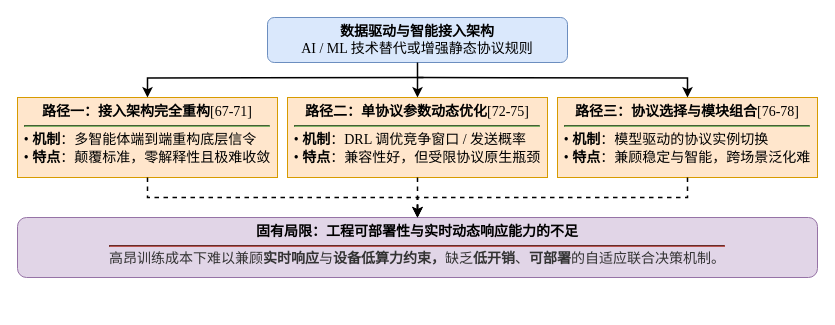
Aworrier/zzzwl-big_paper keeps this draw.io diagram as page "AI驱动接入控制决策研究技术脉络" (7 of 14) of drawio流程框图.drawio. Above is the earlier version. Source tidied: cells renumbered, new cells numbered last; positions are measured from the earlier drawing's top-left corner, leaving out a move shared by most shapes. Both pictures are drawn from the tidied source at 100%, with x=0, y=0 at pixel (17, 17).
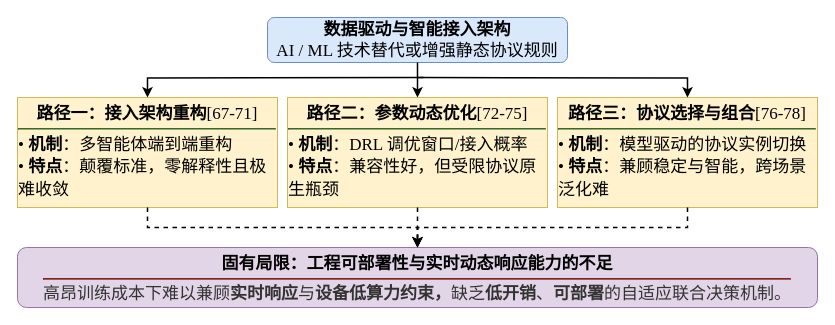
The same page after the edit.

Change to the diagram source:
```diff
@@
 <mxGraphModel>
   <root>
     <mxCell id="0" />
     <mxCell id="1" parent="0" />
-    <mxCell id="2" style="group;" parent="1" vertex="1">
-      <mxGeometry width="800" height="270" as="geometry" />
-    </mxCell>
+    <mxCell id="14" style="group;" parent="1" vertex="1">
+      <mxGeometry width="800" height="290" as="geometry" />
+    </mxCell>
-    <mxCell id="3" value="&lt;b&gt;数据驱动与智能接入架构&lt;/b&gt;&lt;br&gt;AI / ML 技术替代或增强静态协议规则" style="rounded=1;whiteSpace=wrap;html=1;align=center;fontFamily=Times New Roman, SimSun;labelBackgroundColor=none;fontSize=14;fillColor=#dae8fc;strokeColor=#6c8ebf;" parent="2" vertex="1">
+    <mxCell id="3" value="&lt;b&gt;数据驱动与智能接入架构&lt;/b&gt;&lt;br&gt;AI / ML 技术替代或增强静态协议规则" style="rounded=1;whiteSpace=wrap;html=1;align=center;fontFamily=Times New Roman, SimSun;labelBackgroundColor=none;fontSize=17;fillColor=#dae8fc;strokeColor=#6c8ebf;" parent="14" vertex="1">
       <mxGeometry x="250" width="300" height="45" as="geometry" />
     </mxCell>
-    <mxCell id="4" value="&lt;b&gt;路径一：接入架构完全重构&lt;/b&gt;[67-71]&lt;hr style=&quot;border-color: rgb(130, 179, 102); margin: 4px 0px;&quot;&gt;&lt;div style=&quot;text-align: left; line-height: 1.3;&quot;&gt;•&amp;nbsp;&lt;b&gt;机制&lt;/b&gt;：多智能体端到端重构底层信令&lt;br&gt;•&amp;nbsp;&lt;b&gt;特点&lt;/b&gt;：颠覆标准，零解释性且极难收敛&lt;/div&gt;" style="rounded=0;whiteSpace=wrap;html=1;align=center;verticalAlign=top;paddingTop=6;paddingLeft=8;paddingRight=8;fontFamily=Times New Roman, SimSun;labelBackgroundColor=none;fontSize=14;fillColor=#ffe6cc;strokeColor=#d79b00;" parent="2" vertex="1">
-      <mxGeometry y="80" width="260" height="80" as="geometry" />
+    <mxCell id="4" value="&lt;b&gt;路径一：接入架构重构&lt;/b&gt;[67-71]&lt;hr style=&quot;border-color: rgb(130, 179, 102); margin: 4px 0px;&quot;&gt;&lt;div style=&quot;text-align: left; line-height: 1.3;&quot;&gt;•&amp;nbsp;&lt;b&gt;机制&lt;/b&gt;：多智能体端到端重构&lt;br&gt;•&amp;nbsp;&lt;b&gt;特点&lt;/b&gt;：颠覆标准，零解释性且极难收敛&lt;/div&gt;" style="rounded=0;whiteSpace=wrap;html=1;align=center;verticalAlign=top;paddingTop=6;paddingLeft=8;paddingRight=8;fontFamily=Times New Roman, SimSun;labelBackgroundColor=none;fontSize=17;fillColor=#fff2cc;strokeColor=#d6b656;" parent="14" vertex="1">
+      <mxGeometry y="80" width="260" height="110" as="geometry" />
     </mxCell>
-    <mxCell id="5" value="&lt;b&gt;路径二：单协议参数动态优化&lt;/b&gt;[72-75]&lt;hr style=&quot;border-color: rgb(130, 179, 102); margin: 4px 0px;&quot;&gt;&lt;div style=&quot;text-align: left; line-height: 1.3;&quot;&gt;•&amp;nbsp;&lt;b&gt;机制&lt;/b&gt;：DRL 调优竞争窗口 / 发送概率&lt;br&gt;•&amp;nbsp;&lt;b&gt;特点&lt;/b&gt;：兼容性好，但受限协议原生瓶颈&lt;/div&gt;" style="rounded=0;whiteSpace=wrap;html=1;align=center;verticalAlign=top;paddingTop=6;paddingLeft=8;paddingRight=8;fontFamily=Times New Roman, SimSun;labelBackgroundColor=none;fontSize=14;fillColor=#ffe6cc;strokeColor=#d79b00;" parent="2" vertex="1">
-      <mxGeometry x="270" y="80" width="260" height="80" as="geometry" />
+    <mxCell id="5" value="&lt;b&gt;路径二：参数动态优化&lt;/b&gt;[72-75]&lt;hr style=&quot;border-color: rgb(130, 179, 102); margin: 4px 0px;&quot;&gt;&lt;div style=&quot;text-align: left; line-height: 1.3;&quot;&gt;•&amp;nbsp;&lt;b&gt;机制&lt;/b&gt;：DRL 调优窗口/接入概率&lt;br&gt;•&amp;nbsp;&lt;b&gt;特点&lt;/b&gt;：兼容性好，但受限协议原生瓶颈&lt;/div&gt;" style="rounded=0;whiteSpace=wrap;html=1;align=center;verticalAlign=top;paddingTop=6;paddingLeft=8;paddingRight=8;fontFamily=Times New Roman, SimSun;labelBackgroundColor=none;fontSize=17;fillColor=#fff2cc;strokeColor=#d6b656;" parent="14" vertex="1">
+      <mxGeometry x="270" y="80" width="260" height="110" as="geometry" />
     </mxCell>
-    <mxCell id="6" value="&lt;b&gt;路径三：协议选择与模块组合&lt;/b&gt;[76-78]&lt;hr style=&quot;border-color: rgb(130, 179, 102); margin: 4px 0px;&quot;&gt;&lt;div style=&quot;text-align: left; line-height: 1.3;&quot;&gt;•&amp;nbsp;&lt;b&gt;机制&lt;/b&gt;：模型驱动的协议实例切换&lt;br&gt;•&amp;nbsp;&lt;b&gt;特点&lt;/b&gt;：兼顾稳定与智能，跨场景泛化难&lt;/div&gt;" style="rounded=0;whiteSpace=wrap;html=1;align=center;verticalAlign=top;paddingTop=6;paddingLeft=8;paddingRight=8;fontFamily=Times New Roman, SimSun;labelBackgroundColor=none;fontSize=14;fillColor=#ffe6cc;strokeColor=#d79b00;" parent="2" vertex="1">
-      <mxGeometry x="540" y="80" width="260" height="80" as="geometry" />
+    <mxCell id="6" value="&lt;b&gt;路径三：协议选择与组合&lt;/b&gt;[76-78]&lt;hr style=&quot;border-color: rgb(130, 179, 102); margin: 4px 0px;&quot;&gt;&lt;div style=&quot;text-align: left; line-height: 1.3;&quot;&gt;•&amp;nbsp;&lt;b&gt;机制&lt;/b&gt;：模型驱动的协议实例切换&lt;br&gt;•&amp;nbsp;&lt;b&gt;特点&lt;/b&gt;：兼顾稳定与智能，跨场景泛化难&lt;/div&gt;" style="rounded=0;whiteSpace=wrap;html=1;align=center;verticalAlign=top;paddingTop=6;paddingLeft=8;paddingRight=8;fontFamily=Times New Roman, SimSun;labelBackgroundColor=none;fontSize=17;fillColor=#fff2cc;strokeColor=#d6b656;" parent="14" vertex="1">
+      <mxGeometry x="540" y="80" width="260" height="110" as="geometry" />
     </mxCell>
-    <mxCell id="7" value="&lt;b&gt;&lt;font&gt;固有局限：工程可部署性与实时动态响应能力的不足&lt;/font&gt;&lt;/b&gt;&lt;hr style=&quot;border-color: rgb(184, 84, 80); margin: 4px 0px;&quot;&gt;&lt;div style=&quot;color: rgb(51, 51, 51);&quot;&gt;&lt;font&gt;高昂训练成本下难以兼顾&lt;b style=&quot;&quot;&gt;实时响应&lt;/b&gt;与&lt;b style=&quot;&quot;&gt;设备低算力约束，&lt;/b&gt;缺乏&lt;b&gt;低开销&lt;/b&gt;、&lt;b&gt;可部署&lt;/b&gt;的自适应联合决策机制。&lt;/font&gt;&lt;/div&gt;" style="rounded=1;whiteSpace=wrap;html=1;align=center;verticalAlign=top;paddingTop=6;fontFamily=Times New Roman, SimSun;labelBackgroundColor=none;fontSize=14;fillColor=#e1d5e7;strokeColor=#9673a6;" parent="2" vertex="1">
-      <mxGeometry y="200" width="800" height="60" as="geometry" />
+    <mxCell id="7" value="&lt;b&gt;&lt;font&gt;固有局限：工程可部署性与实时动态响应能力的不足&lt;/font&gt;&lt;/b&gt;&lt;hr style=&quot;border-color: rgb(184, 84, 80); margin: 4px 0px;&quot;&gt;&lt;div style=&quot;color: rgb(51, 51, 51);&quot;&gt;&lt;font&gt;高昂训练成本下难以兼顾&lt;b&gt;实时响应&lt;/b&gt;与&lt;b&gt;设备低算力约束，&lt;/b&gt;缺乏&lt;b&gt;低开销&lt;/b&gt;、&lt;b&gt;可部署&lt;/b&gt;的自适应联合决策机制。&lt;/font&gt;&lt;/div&gt;" style="rounded=1;whiteSpace=wrap;html=1;align=center;verticalAlign=top;paddingTop=6;fontFamily=Times New Roman, SimSun;labelBackgroundColor=none;fontSize=17;fillColor=#e1d5e7;strokeColor=#9673a6;" parent="14" vertex="1">
+      <mxGeometry y="230" width="800" height="60" as="geometry" />
     </mxCell>
-    <mxCell id="8" style="edgeStyle=orthogonalEdgeStyle;rounded=0;strokeWidth=1.5;labelBackgroundColor=none;fontColor=default;fontSize=14;entryX=0.5;entryY=0;entryDx=0;entryDy=0;" parent="2" edge="1" target="4">
+    <mxCell id="8" style="edgeStyle=orthogonalEdgeStyle;rounded=0;strokeWidth=1.5;labelBackgroundColor=none;fontColor=default;fontSize=17;entryX=0.5;entryY=0;entryDx=0;entryDy=0;" parent="14" edge="1" target="4">
       <mxGeometry relative="1" as="geometry">
         <mxPoint x="406" y="60" as="sourcePoint" />
       </mxGeometry>
     </mxCell>
-    <mxCell id="9" style="edgeStyle=orthogonalEdgeStyle;rounded=0;strokeWidth=1.5;labelBackgroundColor=none;fontColor=default;fontSize=14;" parent="2" edge="1" source="3" target="5">
+    <mxCell id="9" style="edgeStyle=orthogonalEdgeStyle;rounded=0;strokeWidth=1.5;labelBackgroundColor=none;fontColor=default;fontSize=17;" parent="14" edge="1" source="3" target="5">
       <mxGeometry relative="1" as="geometry" />
     </mxCell>
-    <mxCell id="10" style="edgeStyle=orthogonalEdgeStyle;rounded=0;strokeWidth=1.5;labelBackgroundColor=none;fontColor=default;fontSize=14;entryX=0.5;entryY=0;entryDx=0;entryDy=0;" parent="2" edge="1" target="6">
+    <mxCell id="10" style="edgeStyle=orthogonalEdgeStyle;rounded=0;strokeWidth=1.5;labelBackgroundColor=none;fontColor=default;fontSize=17;entryX=0.5;entryY=0;entryDx=0;entryDy=0;" parent="14" edge="1" target="6">
       <mxGeometry relative="1" as="geometry">
         <mxPoint x="400" y="60" as="sourcePoint" />
       </mxGeometry>
     </mxCell>
-    <mxCell id="11" style="edgeStyle=orthogonalEdgeStyle;rounded=0;strokeWidth=1.5;dashed=1;labelBackgroundColor=none;fontColor=default;fontSize=14;" parent="2" edge="1" source="4" target="7">
+    <mxCell id="11" style="edgeStyle=orthogonalEdgeStyle;rounded=0;strokeWidth=1.5;dashed=1;labelBackgroundColor=none;fontColor=default;fontSize=17;" parent="14" edge="1" source="4" target="7">
       <mxGeometry relative="1" as="geometry" />
     </mxCell>
-    <mxCell id="12" style="edgeStyle=orthogonalEdgeStyle;rounded=0;strokeWidth=1.5;dashed=1;labelBackgroundColor=none;fontColor=default;fontSize=14;" parent="2" edge="1" source="5" target="7">
+    <mxCell id="12" style="edgeStyle=orthogonalEdgeStyle;rounded=0;strokeWidth=1.5;dashed=1;labelBackgroundColor=none;fontColor=default;fontSize=17;" parent="14" edge="1" source="5" target="7">
       <mxGeometry relative="1" as="geometry" />
     </mxCell>
-    <mxCell id="13" style="edgeStyle=orthogonalEdgeStyle;rounded=0;strokeWidth=1.5;dashed=1;labelBackgroundColor=none;fontColor=default;fontSize=14;" parent="2" edge="1" source="6" target="7">
+    <mxCell id="13" style="edgeStyle=orthogonalEdgeStyle;rounded=0;strokeWidth=1.5;dashed=1;labelBackgroundColor=none;fontColor=default;fontSize=17;" parent="14" edge="1" source="6" target="7">
       <mxGeometry relative="1" as="geometry" />
     </mxCell>
   </root>
 </mxGraphModel>
```
